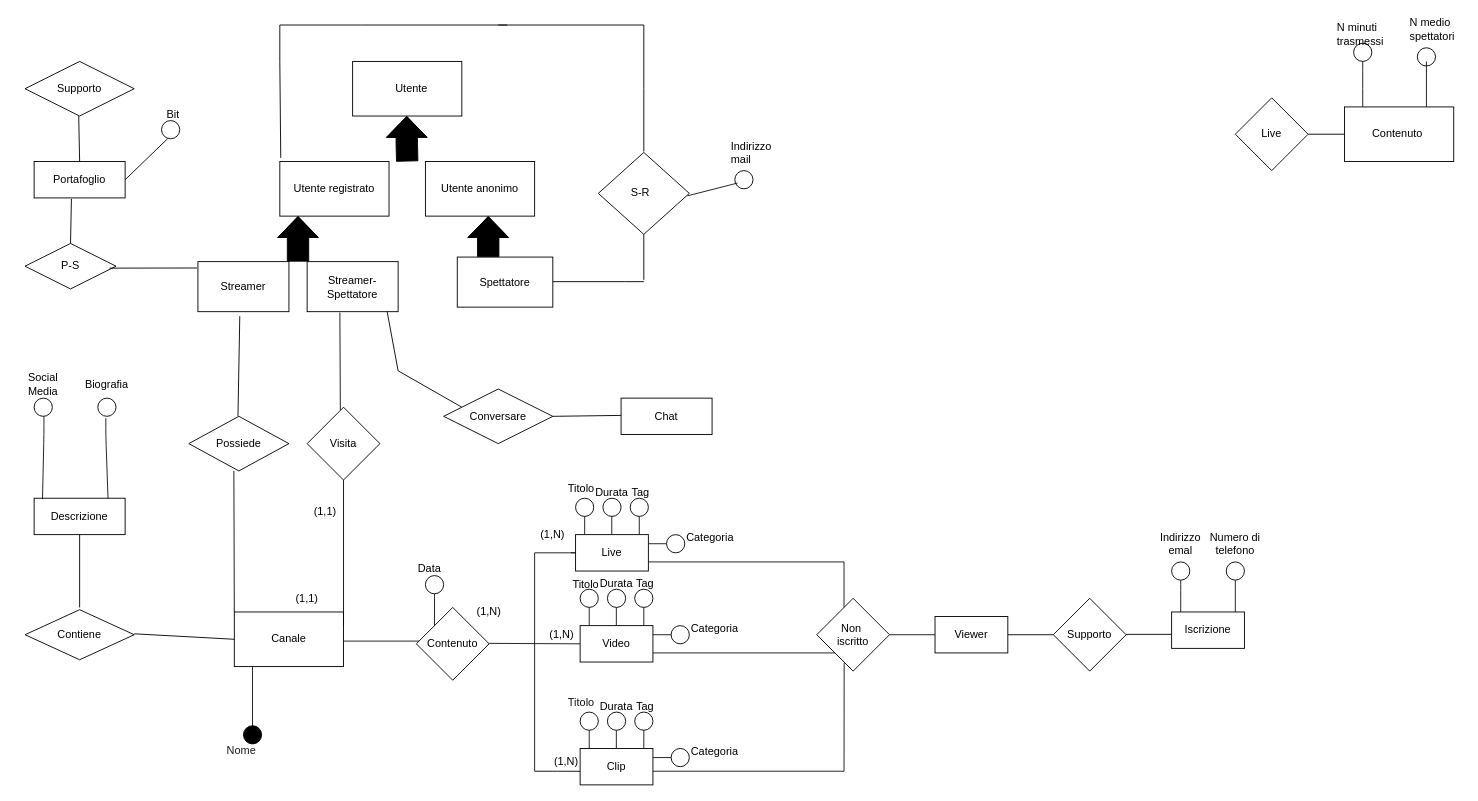
Earlier version of the draw.io diagram e-r_revised_hypothesis.drawio (Popper002/Streaming-Service-Db-project-unito). Source tidied: cells renumbered, new cells numbered last; positions are measured from the earlier drawing's top-left corner, leaving out a move shared by most shapes. Both pictures are drawn from the tidied source at 91%, with x=0, y=0 at pixel (15, 15).
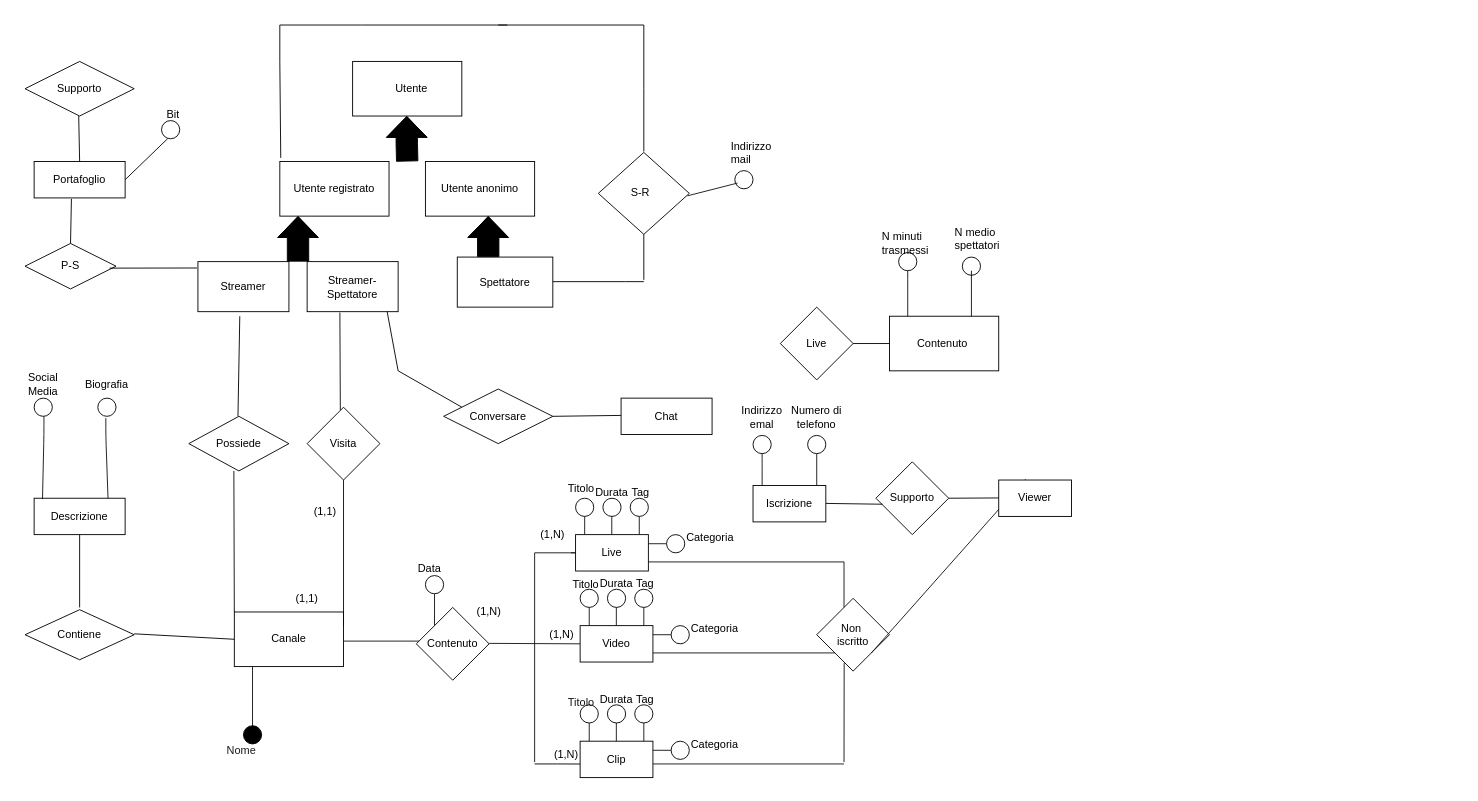
The same diagram, later.

Unchanged cells that the change refers to:
```xml
<mxCell id="75" style="rhombus;whiteSpace=wrap;html=1;" parent="1" vertex="1">
  <mxGeometry x="880" y="640" width="80" height="80" as="geometry" />
</mxCell>
```

Diff of the diagram source:
```diff
@@
     <mxCell id="21" style="rhombus;whiteSpace=wrap;html=1;" parent="1" vertex="1">
-      <mxGeometry x="1340" y="90" width="80" height="80" as="geometry" />
+      <mxGeometry x="840" y="320" width="80" height="80" as="geometry" />
     </mxCell>
     <mxCell id="22" value="Live" style="text;html=1;strokeColor=none;fillColor=none;align=center;verticalAlign=middle;whiteSpace=wrap;rounded=0;" parent="1" vertex="1">
-      <mxGeometry x="1350" y="115" width="60" height="30" as="geometry" />
+      <mxGeometry x="850" y="345" width="60" height="30" as="geometry" />
     </mxCell>
     <mxCell id="23" style="endArrow=none;html=1;strokeColor=#030303;strokeWidth=1;" parent="1" edge="1">
       <mxGeometry relative="1" as="geometry">
-        <mxPoint x="1460" y="130" as="sourcePoint" />
-        <mxPoint x="1420" y="130" as="targetPoint" />
+        <mxPoint x="960" y="360" as="sourcePoint" />
+        <mxPoint x="920" y="360" as="targetPoint" />
       </mxGeometry>
     </mxCell>
     <mxCell id="24" value="Contenuto&amp;nbsp;" style="rounded=0;whiteSpace=wrap;html=1;" parent="1" vertex="1">
-      <mxGeometry x="1460" y="100" width="120" height="60" as="geometry" />
+      <mxGeometry x="960" y="330" width="120" height="60" as="geometry" />
     </mxCell>
     <mxCell id="25" style="endArrow=none;html=1;fontColor=default;labelBackgroundColor=default;strokeColor=#121212;strokeWidth=2;" parent="1" edge="1" source="30">
       <mxGeometry relative="1" as="geometry">
-        <mxPoint x="1480" y="40" as="targetPoint" />
+        <mxPoint x="980" y="270" as="targetPoint" />
       </mxGeometry>
     </mxCell>
     <mxCell id="26" style="endArrow=none;html=1;fontColor=default;labelBackgroundColor=default;strokeColor=#121212;strokeWidth=1;exitX=0.75;exitY=0;exitDx=0;exitDy=0;" parent="1" edge="1" source="24">
       <mxGeometry relative="1" as="geometry">
-        <mxPoint x="1550" y="50" as="targetPoint" />
+        <mxPoint x="1050" y="280" as="targetPoint" />
       </mxGeometry>
     </mxCell>
     <mxCell id="27" value="&lt;font color=&quot;#000000&quot;&gt;N minuti&lt;br&gt;trasmessi&lt;br&gt;&lt;/font&gt;" style="text;html=1;strokeColor=none;fillColor=none;align=left;verticalAlign=middle;whiteSpace=wrap;rounded=0;" parent="1" vertex="1">
-      <mxGeometry x="1450" y="5" width="60" height="30" as="geometry" />
+      <mxGeometry x="950" y="235" width="60" height="30" as="geometry" />
     </mxCell>
     <mxCell id="28" value="&lt;font color=&quot;#000000&quot;&gt;N medio&lt;br&gt;spettatori&lt;br&gt;&lt;/font&gt;" style="text;html=1;strokeColor=none;fillColor=none;align=left;verticalAlign=middle;whiteSpace=wrap;rounded=0;" parent="1" vertex="1">
-      <mxGeometry x="1530" width="60" height="30" as="geometry" />
+      <mxGeometry x="1030" y="230" width="60" height="30" as="geometry" />
     </mxCell>
     <mxCell id="29" style="endArrow=none;html=1;fontColor=default;labelBackgroundColor=default;strokeColor=#121212;strokeWidth=1;" parent="1" edge="1" target="30">
       <mxGeometry relative="1" as="geometry">
-        <mxPoint x="1480" y="100" as="sourcePoint" />
+        <mxPoint x="980" y="330" as="sourcePoint" />
         <Array as="points">
-          <mxPoint x="1480" y="70" />
+          <mxPoint x="980" y="300" />
         </Array>
       </mxGeometry>
     </mxCell>
     <mxCell id="30" style="ellipse;whiteSpace=wrap;html=1;fillColor=none;strokeColor=#000000;" parent="1" vertex="1">
-      <mxGeometry x="1470" y="30" width="20" height="20" as="geometry" />
+      <mxGeometry x="970" y="260" width="20" height="20" as="geometry" />
     </mxCell>
     <mxCell id="31" style="ellipse;whiteSpace=wrap;html=1;fillColor=none;strokeColor=#000000;" parent="1" vertex="1">
-      <mxGeometry x="1540" y="35" width="20" height="20" as="geometry" />
+      <mxGeometry x="1040" y="265" width="20" height="20" as="geometry" />
     </mxCell>
@@
     <mxCell id="33" style="endArrow=none;html=1;fontColor=default;labelBackgroundColor=default;strokeColor=#121212;strokeWidth=1;" parent="1" edge="1">
       <mxGeometry relative="1" as="geometry">
         <mxPoint x="570" y="590" as="sourcePoint" />
-        <mxPoint x="570" y="830" as="targetPoint" />
+        <mxPoint x="570" y="820" as="targetPoint" />
       </mxGeometry>
     </mxCell>
@@
     <mxCell id="36" style="endArrow=none;html=1;rounded=0;entryX=0.027;entryY=0.627;entryDx=0;entryDy=0;entryPerimeter=0;strokeColor=#000000;" parent="1" edge="1" target="62">
       <mxGeometry relative="1" as="geometry">
-        <mxPoint x="570" y="830" as="sourcePoint" />
+        <mxPoint x="570" y="822" as="sourcePoint" />
         <Array as="points">
-          <mxPoint x="595" y="830" />
+          <mxPoint x="595" y="822" />
         </Array>
       </mxGeometry>
     </mxCell>
@@
     <mxCell id="62" value="Clip" style="rounded=0;whiteSpace=wrap;html=1;" parent="1" vertex="1">
-      <mxGeometry x="620" y="805" width="80" height="40" as="geometry" />
+      <mxGeometry x="620" y="797" width="80" height="40" as="geometry" />
     </mxCell>
     <mxCell id="63" style="endArrow=none;html=1;fontColor=default;labelBackgroundColor=default;strokeColor=#121212;strokeWidth=1;" parent="1" edge="1">
       <mxGeometry relative="1" as="geometry">
-        <mxPoint x="630" y="805" as="sourcePoint" />
-        <mxPoint x="630" y="785" as="targetPoint" />
+        <mxPoint x="630" y="797" as="sourcePoint" />
+        <mxPoint x="630" y="777" as="targetPoint" />
       </mxGeometry>
     </mxCell>
     <mxCell id="64" style="endArrow=none;html=1;fontColor=default;labelBackgroundColor=default;strokeColor=#121212;strokeWidth=1;" parent="1" edge="1">
       <mxGeometry relative="1" as="geometry">
-        <mxPoint x="659.8" y="805" as="sourcePoint" />
-        <mxPoint x="659.8" y="785" as="targetPoint" />
+        <mxPoint x="659.8" y="797" as="sourcePoint" />
+        <mxPoint x="659.8" y="777" as="targetPoint" />
       </mxGeometry>
     </mxCell>
     <mxCell id="65" style="ellipse;whiteSpace=wrap;html=1;fillColor=none;strokeColor=#000000;" parent="1" vertex="1">
-      <mxGeometry x="620" y="765" width="20" height="20" as="geometry" />
+      <mxGeometry x="620" y="757" width="20" height="20" as="geometry" />
     </mxCell>
     <mxCell id="66" style="ellipse;whiteSpace=wrap;html=1;fillColor=none;strokeColor=#000000;" parent="1" vertex="1">
-      <mxGeometry x="650" y="765" width="20" height="20" as="geometry" />
+      <mxGeometry x="650" y="757" width="20" height="20" as="geometry" />
     </mxCell>
     <mxCell id="67" value="&lt;font color=&quot;#000000&quot;&gt;Durata&lt;br&gt;&lt;br&gt;&lt;/font&gt;" style="text;html=1;strokeColor=none;fillColor=none;align=left;verticalAlign=middle;whiteSpace=wrap;rounded=0;" parent="1" vertex="1">
-      <mxGeometry x="640" y="765" width="30" as="geometry" />
+      <mxGeometry x="640" y="757" width="30" as="geometry" />
     </mxCell>
     <mxCell id="68" style="endArrow=none;html=1;fontColor=default;labelBackgroundColor=default;strokeColor=#121212;strokeWidth=1;" parent="1" edge="1">
       <mxGeometry relative="1" as="geometry">
-        <mxPoint x="690" y="805" as="sourcePoint" />
-        <mxPoint x="690" y="785" as="targetPoint" />
+        <mxPoint x="690" y="797" as="sourcePoint" />
+        <mxPoint x="690" y="777" as="targetPoint" />
       </mxGeometry>
     </mxCell>
     <mxCell id="69" style="ellipse;whiteSpace=wrap;html=1;fillColor=none;strokeColor=#000000;" parent="1" vertex="1">
-      <mxGeometry x="680" y="765" width="20" height="20" as="geometry" />
+      <mxGeometry x="680" y="757" width="20" height="20" as="geometry" />
     </mxCell>
     <mxCell id="70" value="&lt;font color=&quot;#000000&quot;&gt;Tag&lt;br&gt;&lt;br&gt;&lt;/font&gt;" style="text;html=1;strokeColor=none;fillColor=none;align=left;verticalAlign=middle;whiteSpace=wrap;rounded=0;" parent="1" vertex="1">
-      <mxGeometry x="680" y="765" width="10" as="geometry" />
+      <mxGeometry x="680" y="757" width="10" as="geometry" />
     </mxCell>
     <mxCell id="71" style="ellipse;whiteSpace=wrap;html=1;fillColor=none;strokeColor=#000000;" parent="1" vertex="1">
-      <mxGeometry x="720" y="805" width="20" height="20" as="geometry" />
+      <mxGeometry x="720" y="797" width="20" height="20" as="geometry" />
     </mxCell>
@@
     <mxCell id="73" value="&lt;font color=&quot;#000000&quot;&gt;Categoria&lt;br&gt;&lt;br&gt;&lt;/font&gt;" style="text;html=1;strokeColor=none;fillColor=none;align=left;verticalAlign=middle;whiteSpace=wrap;rounded=0;" parent="1" vertex="1">
-      <mxGeometry x="740" y="815" width="10" as="geometry" />
+      <mxGeometry x="740" y="807" width="10" as="geometry" />
     </mxCell>
@@
     <mxCell id="79" style="endArrow=none;html=1;fontColor=default;labelBackgroundColor=default;strokeColor=#121212;strokeWidth=1;" parent="1" edge="1">
       <mxGeometry relative="1" as="geometry">
-        <mxPoint x="910" y="830" as="sourcePoint" />
-        <mxPoint x="700" y="830" as="targetPoint" />
+        <mxPoint x="910" y="822" as="sourcePoint" />
+        <mxPoint x="700" y="822" as="targetPoint" />
       </mxGeometry>
     </mxCell>
@@
-    <mxCell id="81" style="endArrow=none;html=1;fontColor=default;labelBackgroundColor=default;strokeColor=#121212;strokeWidth=1;exitX=0.75;exitY=0;exitDx=0;exitDy=0;entryX=0.377;entryY=0.89;entryDx=0;entryDy=0;entryPerimeter=0;" parent="1" edge="1" target="75">
+    <mxCell id="81" style="endArrow=none;html=1;fontColor=default;labelBackgroundColor=default;strokeColor=#121212;strokeWidth=1;entryX=0.377;entryY=0.89;entryDx=0;entryDy=0;entryPerimeter=0;" parent="1" edge="1" target="75">
       <mxGeometry relative="1" as="geometry">
-        <mxPoint x="910" y="830" as="sourcePoint" />
+        <mxPoint x="910" y="820" as="sourcePoint" />
       </mxGeometry>
     </mxCell>
-    <mxCell id="82" style="endArrow=none;html=1;fontColor=default;labelBackgroundColor=default;strokeColor=#121212;strokeWidth=1;" parent="1" edge="1">
-      <mxGeometry relative="1" as="geometry">
-        <mxPoint x="1020" y="680" as="sourcePoint" />
-        <mxPoint x="960" y="680" as="targetPoint" />
-      </mxGeometry>
+    <mxCell id="82" style="endArrow=none;html=1;fontColor=default;labelBackgroundColor=default;strokeColor=#121212;strokeWidth=1;entryX=0.75;entryY=0.75;entryDx=0;entryDy=0;exitX=0.368;exitY=-0.021;exitDx=0;exitDy=0;exitPerimeter=0;entryPerimeter=0;" parent="1" edge="1" source="83" target="75">
+      <mxGeometry relative="1" as="geometry" />
     </mxCell>
     <mxCell id="83" value="Viewer" style="rounded=0;whiteSpace=wrap;html=1;" parent="1" vertex="1">
-      <mxGeometry x="1010" y="660" width="80" height="40" as="geometry" />
+      <mxGeometry x="1080" y="510" width="80" height="40" as="geometry" />
     </mxCell>
     <mxCell id="84" style="rhombus;whiteSpace=wrap;html=1;" parent="1" vertex="1">
-      <mxGeometry x="1140" y="640" width="80" height="80" as="geometry" />
+      <mxGeometry x="945" y="490" width="80" height="80" as="geometry" />
     </mxCell>
     <mxCell id="85" value="Supporto" style="text;html=1;strokeColor=none;fillColor=none;align=center;verticalAlign=middle;whiteSpace=wrap;rounded=0;" parent="1" vertex="1">
-      <mxGeometry x="1150" y="665" width="60" height="30" as="geometry" />
+      <mxGeometry x="955" y="515" width="60" height="30" as="geometry" />
     </mxCell>
-    <mxCell id="86" style="endArrow=none;html=1;strokeColor=#030303;strokeWidth=1;exitX=0;exitY=0.5;exitDx=0;exitDy=0;" parent="1" edge="1" source="84">
+    <mxCell id="86" style="endArrow=none;html=1;strokeColor=#030303;strokeWidth=1;exitX=0;exitY=0.5;exitDx=0;exitDy=0;entryX=1;entryY=0.5;entryDx=0;entryDy=0;" parent="1" edge="1">
       <mxGeometry relative="1" as="geometry">
-        <mxPoint x="1090" y="680" as="targetPoint" />
+        <mxPoint x="1080" y="529.7" as="sourcePoint" />
+        <mxPoint x="1025" y="530" as="targetPoint" />
       </mxGeometry>
     </mxCell>
-    <mxCell id="87" style="endArrow=none;html=1;strokeColor=#030303;strokeWidth=1;exitX=0;exitY=0.5;exitDx=0;exitDy=0;" parent="1" edge="1">
+    <mxCell id="87" style="endArrow=none;html=1;strokeColor=#030303;strokeWidth=1;exitX=0.09;exitY=0.582;exitDx=0;exitDy=0;exitPerimeter=0;" parent="1" edge="1">
       <mxGeometry relative="1" as="geometry">
-        <mxPoint x="1270" y="679.6" as="sourcePoint" />
-        <mxPoint x="1220" y="679.6" as="targetPoint" />
+        <mxPoint x="952.2" y="536.6" as="sourcePoint" />
+        <mxPoint x="890" y="535.7" as="targetPoint" />
       </mxGeometry>
     </mxCell>
     <mxCell id="88" value="Iscrizione" style="rounded=0;whiteSpace=wrap;html=1;" parent="1" vertex="1">
-      <mxGeometry x="1270" y="655" width="80" height="40" as="geometry" />
+      <mxGeometry x="810" y="516" width="80" height="40" as="geometry" />
     </mxCell>
     <mxCell id="89" style="endArrow=none;html=1;fontColor=default;labelBackgroundColor=default;strokeColor=#121212;strokeWidth=1;" parent="1" edge="1">
       <mxGeometry relative="1" as="geometry">
-        <mxPoint x="1280" y="620" as="sourcePoint" />
-        <mxPoint x="1280" y="655" as="targetPoint" />
+        <mxPoint x="820" y="481" as="sourcePoint" />
+        <mxPoint x="820" y="516" as="targetPoint" />
         <Array as="points">
-          <mxPoint x="1280" y="630" />
+          <mxPoint x="820" y="491" />
         </Array>
       </mxGeometry>
     </mxCell>
     <mxCell id="90" style="ellipse;whiteSpace=wrap;html=1;" parent="1" vertex="1">
-      <mxGeometry x="1270" y="600" width="20" height="20" as="geometry" />
+      <mxGeometry x="810" y="461" width="20" height="20" as="geometry" />
     </mxCell>
     <mxCell id="91" value="&lt;font color=&quot;#000000&quot;&gt;Indirizzo emal&lt;br&gt;&lt;/font&gt;" style="text;html=1;strokeColor=none;fillColor=none;align=center;verticalAlign=middle;whiteSpace=wrap;rounded=0;" parent="1" vertex="1">
-      <mxGeometry x="1250" y="565" width="60" height="30" as="geometry" />
+      <mxGeometry x="790" y="426" width="60" height="30" as="geometry" />
     </mxCell>
     <mxCell id="92" style="endArrow=none;html=1;fontColor=default;labelBackgroundColor=default;strokeColor=#121212;strokeWidth=1;" parent="1" edge="1">
       <mxGeometry relative="1" as="geometry">
-        <mxPoint x="1340" y="620" as="sourcePoint" />
-        <mxPoint x="1340" y="655" as="targetPoint" />
+        <mxPoint x="880" y="481" as="sourcePoint" />
+        <mxPoint x="880" y="516" as="targetPoint" />
       </mxGeometry>
     </mxCell>
     <mxCell id="93" style="ellipse;whiteSpace=wrap;html=1;" parent="1" vertex="1">
-      <mxGeometry x="1330" y="600" width="20" height="20" as="geometry" />
+      <mxGeometry x="870" y="461" width="20" height="20" as="geometry" />
     </mxCell>
     <mxCell id="94" value="&lt;font color=&quot;#000000&quot;&gt;Numero di telefono&lt;br&gt;&lt;/font&gt;" style="text;html=1;strokeColor=none;fillColor=none;align=center;verticalAlign=middle;whiteSpace=wrap;rounded=0;" parent="1" vertex="1">
-      <mxGeometry x="1310" y="565" width="60" height="30" as="geometry" />
+      <mxGeometry x="850" y="426" width="60" height="30" as="geometry" />
     </mxCell>
@@
     <mxCell id="105" value="(1,N)" style="text;html=1;strokeColor=none;fillColor=none;align=center;verticalAlign=middle;whiteSpace=wrap;rounded=0;" parent="1" vertex="1">
-      <mxGeometry x="575" y="805" width="60" height="30" as="geometry" />
+      <mxGeometry x="575" y="797" width="60" height="30" as="geometry" />
     </mxCell>
```
